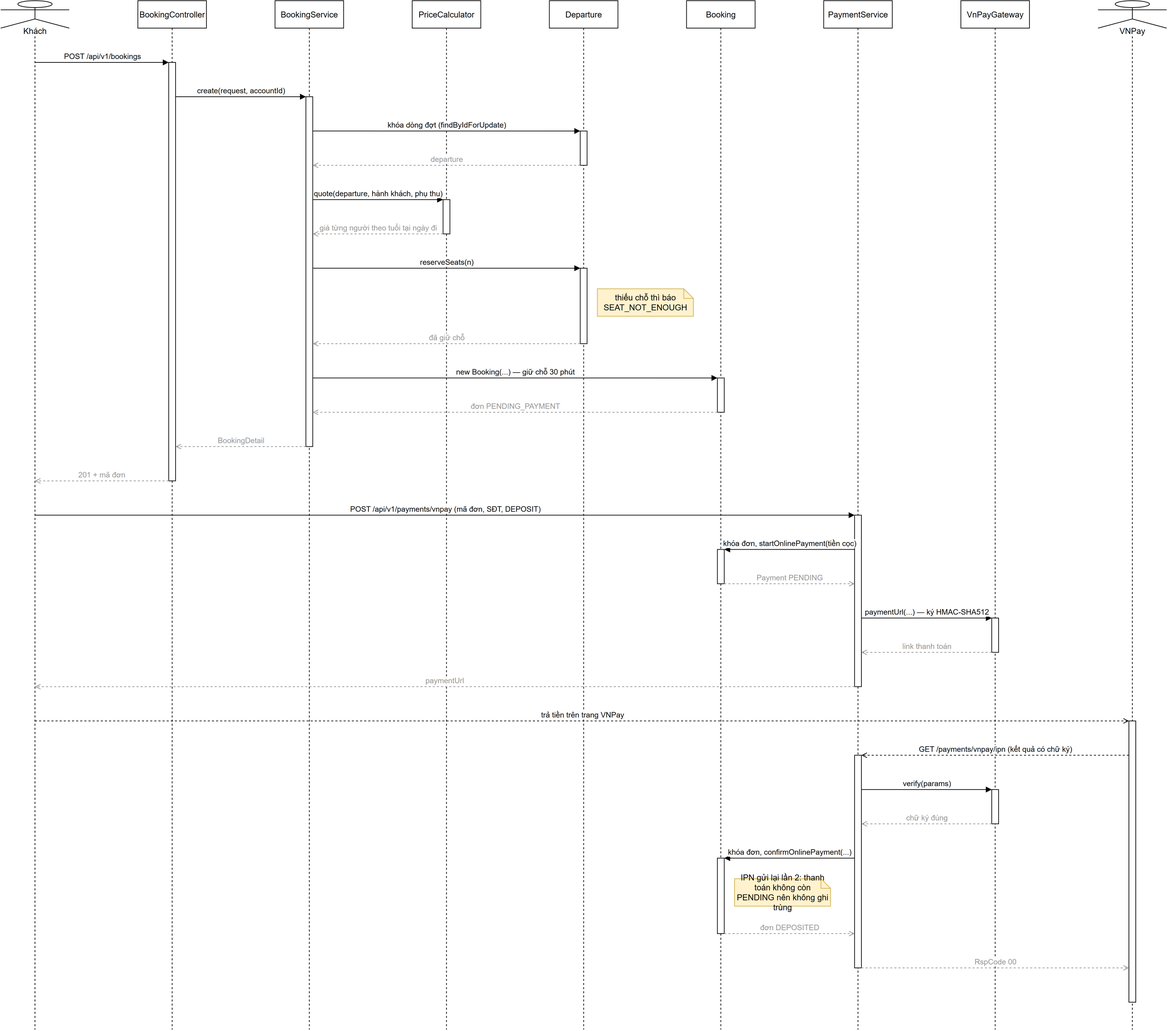
phdinh254/vinhlong-travel keeps this draw.io diagram as docs/diagrams/sequence-booking.drawio.png. Above is the earlier version. Source tidied: cells renumbered, new cells last; positions are measured from the earlier drawing's top-left corner, leaving out a move shared by most shapes.
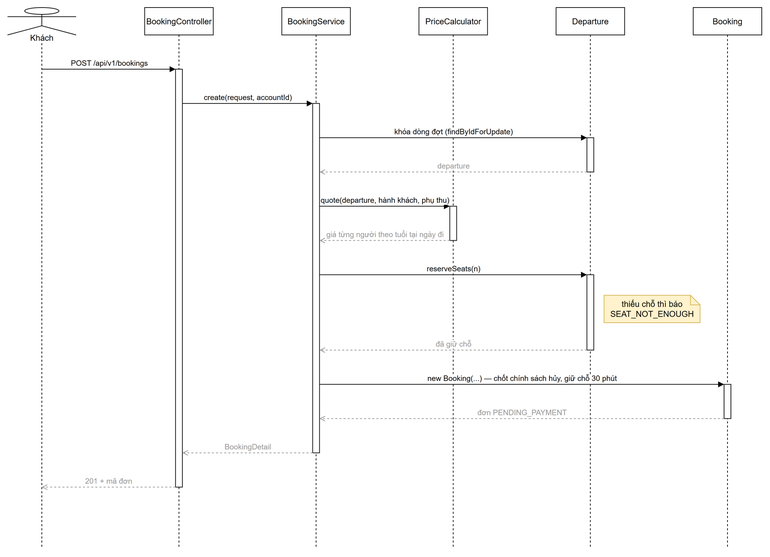
The same file after the commit.

Change to the diagram source:
```diff
@@ -3,32 +3,23 @@
     <mxCell id="0" />
     <mxCell id="1" parent="0" />
     <mxCell id="2" value="Khách" style="shape=umlLifeline;perimeter=lifelinePerimeter;whiteSpace=wrap;html=1;outlineConnect=0;portConstraint=eastwest;size=40;participant=umlActor;verticalAlign=bottom;spacingBottom=-14;labelBackgroundColor=#ffffff;" parent="1" vertex="1">
-      <mxGeometry width="100" height="1500" as="geometry" />
+      <mxGeometry width="100" height="790" as="geometry" />
     </mxCell>
     <mxCell id="3" value="BookingController" style="shape=umlLifeline;perimeter=lifelinePerimeter;whiteSpace=wrap;html=1;size=40;" parent="1" vertex="1">
-      <mxGeometry x="200" width="100" height="1500" as="geometry" />
+      <mxGeometry x="200" width="100" height="790" as="geometry" />
     </mxCell>
     <mxCell id="4" value="BookingService" style="shape=umlLifeline;perimeter=lifelinePerimeter;whiteSpace=wrap;html=1;size=40;" parent="1" vertex="1">
-      <mxGeometry x="400" width="100" height="1500" as="geometry" />
+      <mxGeometry x="400" width="100" height="790" as="geometry" />
     </mxCell>
     <mxCell id="5" value="PriceCalculator" style="shape=umlLifeline;perimeter=lifelinePerimeter;whiteSpace=wrap;html=1;size=40;" parent="1" vertex="1">
-      <mxGeometry x="600" width="100" height="1500" as="geometry" />
+      <mxGeometry x="600" width="100" height="790" as="geometry" />
     </mxCell>
     <mxCell id="6" value="Departure" style="shape=umlLifeline;perimeter=lifelinePerimeter;whiteSpace=wrap;html=1;size=40;" parent="1" vertex="1">
-      <mxGeometry x="800" width="100" height="1500" as="geometry" />
+      <mxGeometry x="800" width="100" height="790" as="geometry" />
     </mxCell>
     <mxCell id="7" value="Booking" style="shape=umlLifeline;perimeter=lifelinePerimeter;whiteSpace=wrap;html=1;size=40;" parent="1" vertex="1">
-      <mxGeometry x="1000" width="100" height="1500" as="geometry" />
+      <mxGeometry x="1000" width="100" height="790" as="geometry" />
     </mxCell>
-    <mxCell id="8" value="PaymentService" style="shape=umlLifeline;perimeter=lifelinePerimeter;whiteSpace=wrap;html=1;size=40;" parent="1" vertex="1">
-      <mxGeometry x="1200" width="100" height="1500" as="geometry" />
-    </mxCell>
-    <mxCell id="9" value="VnPayGateway" style="shape=umlLifeline;perimeter=lifelinePerimeter;whiteSpace=wrap;html=1;size=40;" parent="1" vertex="1">
-      <mxGeometry x="1400" width="100" height="1500" as="geometry" />
-    </mxCell>
-    <mxCell id="10" value="VNPay" style="shape=umlLifeline;perimeter=lifelinePerimeter;whiteSpace=wrap;html=1;size=40;participant=umlActor;verticalAlign=bottom;spacingBottom=-14;labelBackgroundColor=#ffffff;" parent="1" vertex="1">
-      <mxGeometry x="1600" width="100" height="1500" as="geometry" />
-    </mxCell>
     <mxCell id="11" style="html=1;points=[];perimeter=orthogonalPerimeter;outlineConnect=0;fillColor=#ffffff;" parent="6" vertex="1">
       <mxGeometry x="45" y="190" width="10" height="50" as="geometry" />
     </mxCell>
@@ -47,28 +38,7 @@
     <mxCell id="16" style="html=1;points=[];perimeter=orthogonalPerimeter;outlineConnect=0;fillColor=#ffffff;" parent="3" vertex="1">
       <mxGeometry x="45" y="90" width="10" height="610" as="geometry" />
     </mxCell>
-    <mxCell id="17" style="html=1;points=[];perimeter=orthogonalPerimeter;outlineConnect=0;fillColor=#ffffff;" parent="7" vertex="1">
-      <mxGeometry x="45" y="800" width="10" height="50" as="geometry" />
-    </mxCell>
-    <mxCell id="18" style="html=1;points=[];perimeter=orthogonalPerimeter;outlineConnect=0;fillColor=#ffffff;" parent="9" vertex="1">
-      <mxGeometry x="45" y="900" width="10" height="50" as="geometry" />
-    </mxCell>
-    <mxCell id="19" style="html=1;points=[];perimeter=orthogonalPerimeter;outlineConnect=0;fillColor=#ffffff;" parent="8" vertex="1">
-      <mxGeometry x="45" y="750" width="10" height="250" as="geometry" />
-    </mxCell>
-    <mxCell id="20" style="html=1;points=[];perimeter=orthogonalPerimeter;outlineConnect=0;fillColor=#ffffff;" parent="9" vertex="1">
-      <mxGeometry x="45" y="1150" width="10" height="50" as="geometry" />
-    </mxCell>
-    <mxCell id="21" style="html=1;points=[];perimeter=orthogonalPerimeter;outlineConnect=0;fillColor=#ffffff;" parent="7" vertex="1">
-      <mxGeometry x="45" y="1250" width="10" height="110" as="geometry" />
-    </mxCell>
-    <mxCell id="22" style="html=1;points=[];perimeter=orthogonalPerimeter;outlineConnect=0;fillColor=#ffffff;" parent="8" vertex="1">
-      <mxGeometry x="45" y="1100" width="10" height="310" as="geometry" />
-    </mxCell>
-    <mxCell id="23" style="html=1;points=[];perimeter=orthogonalPerimeter;outlineConnect=0;fillColor=#ffffff;" parent="10" vertex="1">
-      <mxGeometry x="45" y="1050" width="10" height="410" as="geometry" />
-    </mxCell>
-    <mxCell id="24" value="POST /api/v1/bookings" style="html=1;verticalAlign=bottom;endArrow=block;curved=0;rounded=0;exitX=0.5;exitY=0.06;entryX=0;entryY=0.0;" parent="1" edge="1" source="2" target="16">
+    <mxCell id="24" value="POST /api/v1/bookings" style="html=1;verticalAlign=bottom;endArrow=block;curved=0;rounded=0;exitX=0.5;exitY=0.1139;entryX=0;entryY=0.0;" parent="1" edge="1" source="2" target="16">
       <mxGeometry relative="1" as="geometry" />
     </mxCell>
     <mxCell id="25" value="create(request, accountId)" style="html=1;verticalAlign=bottom;endArrow=block;curved=0;rounded=0;exitX=1;exitY=0.082;entryX=0;entryY=0.0;" parent="1" edge="1" source="16" target="15">
@@ -95,7 +65,7 @@
     <mxCell id="32" value="đã giữ chỗ" style="html=1;verticalAlign=bottom;endArrow=open;dashed=1;curved=0;rounded=0;strokeColor=#999999;fontColor=#999999;exitX=0;exitY=1.0;entryX=1;entryY=0.7059;" parent="1" edge="1" source="13" target="15">
       <mxGeometry relative="1" as="geometry" />
     </mxCell>
-    <mxCell id="33" value="new Booking(...) — giữ chỗ 30 phút" style="html=1;verticalAlign=bottom;endArrow=block;curved=0;rounded=0;exitX=1;exitY=0.8039;entryX=0;entryY=0.0;" parent="1" edge="1" source="15" target="14">
+    <mxCell id="33" value="new Booking(...) — chốt chính sách hủy, giữ chỗ 30 phút" style="html=1;verticalAlign=bottom;endArrow=block;curved=0;rounded=0;exitX=1;exitY=0.8039;entryX=0;entryY=0.0;" parent="1" edge="1" source="15" target="14">
       <mxGeometry relative="1" as="geometry" />
     </mxCell>
     <mxCell id="34" value="đơn PENDING_PAYMENT" style="html=1;verticalAlign=bottom;endArrow=open;dashed=1;curved=0;rounded=0;strokeColor=#999999;fontColor=#999999;exitX=0;exitY=1.0;entryX=1;entryY=0.902;" parent="1" edge="1" source="14" target="15">
@@ -104,50 +74,8 @@
     <mxCell id="35" value="BookingDetail" style="html=1;verticalAlign=bottom;endArrow=open;dashed=1;curved=0;rounded=0;strokeColor=#999999;fontColor=#999999;exitX=0;exitY=1.0;entryX=1;entryY=0.918;" parent="1" edge="1" source="15" target="16">
       <mxGeometry relative="1" as="geometry" />
     </mxCell>
-    <mxCell id="36" value="201 + mã đơn" style="html=1;verticalAlign=bottom;endArrow=open;dashed=1;curved=0;rounded=0;strokeColor=#999999;fontColor=#999999;exitX=0;exitY=1.0;entryX=0.5;entryY=0.4667;" parent="1" edge="1" source="16" target="2">
+    <mxCell id="36" value="201 + mã đơn" style="html=1;verticalAlign=bottom;endArrow=open;dashed=1;curved=0;rounded=0;strokeColor=#999999;fontColor=#999999;exitX=0;exitY=1.0;entryX=0.5;entryY=0.8861;" parent="1" edge="1" source="16" target="2">
       <mxGeometry relative="1" as="geometry" />
     </mxCell>
-    <mxCell id="37" value="POST /api/v1/payments/vnpay (mã đơn, SĐT, DEPOSIT)" style="html=1;verticalAlign=bottom;endArrow=block;curved=0;rounded=0;exitX=0.5;exitY=0.5;entryX=0;entryY=0.0;" parent="1" edge="1" source="2" target="19">
-      <mxGeometry relative="1" as="geometry" />
-    </mxCell>
-    <mxCell id="38" value="khóa đơn, startOnlinePayment(tiền cọc)" style="html=1;verticalAlign=bottom;endArrow=block;curved=0;rounded=0;exitX=0;exitY=0.2;entryX=1;entryY=0.0;" parent="1" edge="1" source="19" target="17">
-      <mxGeometry relative="1" as="geometry" />
-    </mxCell>
-    <mxCell id="39" value="Payment PENDING" style="html=1;verticalAlign=bottom;endArrow=open;dashed=1;curved=0;rounded=0;strokeColor=#999999;fontColor=#999999;exitX=1;exitY=1.0;entryX=0;entryY=0.4;" parent="1" edge="1" source="17" target="19">
-      <mxGeometry relative="1" as="geometry" />
-    </mxCell>
-    <mxCell id="40" value="paymentUrl(...) — ký HMAC-SHA512" style="html=1;verticalAlign=bottom;endArrow=block;curved=0;rounded=0;exitX=1;exitY=0.6;entryX=0;entryY=0.0;" parent="1" edge="1" source="19" target="18">
-      <mxGeometry relative="1" as="geometry" />
-    </mxCell>
-    <mxCell id="41" value="link thanh toán" style="html=1;verticalAlign=bottom;endArrow=open;dashed=1;curved=0;rounded=0;strokeColor=#999999;fontColor=#999999;exitX=0;exitY=1.0;entryX=1;entryY=0.8;" parent="1" edge="1" source="18" target="19">
-      <mxGeometry relative="1" as="geometry" />
-    </mxCell>
-    <mxCell id="42" value="paymentUrl" style="html=1;verticalAlign=bottom;endArrow=open;dashed=1;curved=0;rounded=0;strokeColor=#999999;fontColor=#999999;exitX=0;exitY=1.0;entryX=0.5;entryY=0.6667;" parent="1" edge="1" source="19" target="2">
-      <mxGeometry relative="1" as="geometry" />
-    </mxCell>
-    <mxCell id="43" value="trả tiền trên trang VNPay" style="html=1;verticalAlign=bottom;endArrow=open;dashed=1;curved=0;rounded=0;exitX=0.5;exitY=0.7;entryX=0;entryY=0.0;" parent="1" edge="1" source="2" target="23">
-      <mxGeometry relative="1" as="geometry" />
-    </mxCell>
-    <mxCell id="44" value="GET /payments/vnpay/ipn (kết quả có chữ ký)" style="html=1;verticalAlign=bottom;endArrow=open;dashed=1;curved=0;rounded=0;exitX=0;exitY=0.122;entryX=1;entryY=0.0;" parent="1" edge="1" source="23" target="22">
-      <mxGeometry relative="1" as="geometry" />
-    </mxCell>
-    <mxCell id="45" value="verify(params)" style="html=1;verticalAlign=bottom;endArrow=block;curved=0;rounded=0;exitX=1;exitY=0.1613;entryX=0;entryY=0.0;" parent="1" edge="1" source="22" target="20">
-      <mxGeometry relative="1" as="geometry" />
-    </mxCell>
-    <mxCell id="46" value="chữ ký đúng" style="html=1;verticalAlign=bottom;endArrow=open;dashed=1;curved=0;rounded=0;strokeColor=#999999;fontColor=#999999;exitX=0;exitY=1.0;entryX=1;entryY=0.3226;" parent="1" edge="1" source="20" target="22">
-      <mxGeometry relative="1" as="geometry" />
-    </mxCell>
-    <mxCell id="47" value="khóa đơn, confirmOnlinePayment(...)" style="html=1;verticalAlign=bottom;endArrow=block;curved=0;rounded=0;exitX=0;exitY=0.4839;entryX=1;entryY=0.0;" parent="1" edge="1" source="22" target="21">
-      <mxGeometry relative="1" as="geometry" />
-    </mxCell>
-    <mxCell id="48" value="IPN gửi lại lần 2: thanh toán không còn PENDING nên không ghi trùng" style="shape=note;whiteSpace=wrap;html=1;size=14;fillColor=#fff2cc;strokeColor=#d6b656;" parent="1" vertex="1">
-      <mxGeometry x="1070" y="1280" width="140" height="40" as="geometry" />
-    </mxCell>
-    <mxCell id="49" value="đơn DEPOSITED" style="html=1;verticalAlign=bottom;endArrow=open;dashed=1;curved=0;rounded=0;strokeColor=#999999;fontColor=#999999;exitX=1;exitY=1.0;entryX=0;entryY=0.8387;" parent="1" edge="1" source="21" target="22">
-      <mxGeometry relative="1" as="geometry" />
-    </mxCell>
-    <mxCell id="50" value="RspCode 00" style="html=1;verticalAlign=bottom;endArrow=open;dashed=1;curved=0;rounded=0;strokeColor=#999999;fontColor=#999999;exitX=1;exitY=1.0;entryX=0;entryY=0.878;" parent="1" edge="1" source="22" target="23">
-      <mxGeometry relative="1" as="geometry" />
-    </mxCell>
   </root>
 </mxGraphModel>
```
